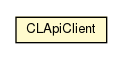
Earlier version of the Graphviz export javadoc/clapi/com/clapi/client/CLApiClient.png (ericpinet/ConnectLife). Its source is kept beside it as javadoc/clapi/com/clapi/client/CLApiClient.dot. Source of this version:
```dot

digraph G {
	edge [fontname="Helvetica",fontsize=10,labelfontname="Helvetica",labelfontsize=10];
	node [fontname="Helvetica",fontsize=10,shape=plaintext];
	nodesep=0.25;
	ranksep=0.5;
	c573 [label=<<table title="com.clapi.client.CLApiClient" border="0" cellborder="1" cellspacing="0" cellpadding="2" port="p" bgcolor="lemonChiffon" href="./CLApiClient.html">
		<tr><td><table border="0" cellspacing="0" cellpadding="1">
<tr><td align="center" balign="center"> CLApiClient </td></tr>
		</table></td></tr>
		</table>>, fontname="Helvetica", fontcolor="black", fontsize=10.0];
}
```
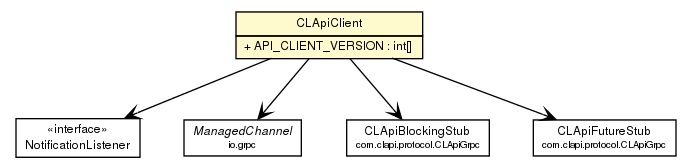
Above is the later version.

Change to the diagram source:
```diff
@@ -4,9 +4,40 @@
 	node [fontname="Helvetica",fontsize=10,shape=plaintext];
 	nodesep=0.25;
 	ranksep=0.5;
-	c573 [label=<<table title="com.clapi.client.CLApiClient" border="0" cellborder="1" cellspacing="0" cellpadding="2" port="p" bgcolor="lemonChiffon" href="./CLApiClient.html">
+	c598 [label=<<table title="com.clapi.client.NotificationListener" border="0" cellborder="1" cellspacing="0" cellpadding="2" port="p" href="./NotificationListener.html">
+		<tr><td><table border="0" cellspacing="0" cellpadding="1">
+<tr><td align="center" balign="center"> &#171;interface&#187; </td></tr>
+<tr><td align="center" balign="center"> NotificationListener </td></tr>
+		</table></td></tr>
+		</table>>, fontname="Helvetica", fontcolor="black", fontsize=9.0];
+	c599 [label=<<table title="com.clapi.client.CLApiClient" border="0" cellborder="1" cellspacing="0" cellpadding="2" port="p" bgcolor="lemonChiffon" href="./CLApiClient.html">
 		<tr><td><table border="0" cellspacing="0" cellpadding="1">
 <tr><td align="center" balign="center"> CLApiClient </td></tr>
 		</table></td></tr>
-		</table>>, fontname="Helvetica", fontcolor="black", fontsize=10.0];
+		<tr><td><table border="0" cellspacing="0" cellpadding="1">
+<tr><td align="left" balign="left"> + API_CLIENT_VERSION : int[] </td></tr>
+		</table></td></tr>
+		</table>>, fontname="Helvetica", fontcolor="black", fontsize=9.0];
+	c599:p -> c600:p [taillabel="", label="", headlabel="", fontname="Helvetica", fontcolor="black", fontsize=10.0, color="black", arrowhead=open];
+	c599:p -> c601:p [taillabel="", label="", headlabel="", fontname="Helvetica", fontcolor="black", fontsize=10.0, color="black", arrowhead=open];
+	c599:p -> c602:p [taillabel="", label="", headlabel="", fontname="Helvetica", fontcolor="black", fontsize=10.0, color="black", arrowhead=open];
+	c599:p -> c598:p [taillabel="", label="", headlabel="", fontname="Helvetica", fontcolor="black", fontsize=10.0, color="black", arrowhead=open];
+	c600 [label=<<table title="io.grpc.ManagedChannel" border="0" cellborder="1" cellspacing="0" cellpadding="2" port="p" href="http://java.sun.com/j2se/1.4.2/docs/api/io/grpc/ManagedChannel.html">
+		<tr><td><table border="0" cellspacing="0" cellpadding="1">
+<tr><td align="center" balign="center"><font face="Helvetica-Oblique"> ManagedChannel </font></td></tr>
+<tr><td align="center" balign="center"><font point-size="7.0"> io.grpc </font></td></tr>
+		</table></td></tr>
+		</table>>, fontname="Helvetica", fontcolor="black", fontsize=9.0];
+	c602 [label=<<table title="com.clapi.protocol.CLApiGrpc.CLApiFutureStub" border="0" cellborder="1" cellspacing="0" cellpadding="2" port="p" href="http://java.sun.com/j2se/1.4.2/docs/api/com/clapi/protocol/CLApiGrpc/CLApiFutureStub.html">
+		<tr><td><table border="0" cellspacing="0" cellpadding="1">
+<tr><td align="center" balign="center"> CLApiFutureStub </td></tr>
+<tr><td align="center" balign="center"><font point-size="7.0"> com.clapi.protocol.CLApiGrpc </font></td></tr>
+		</table></td></tr>
+		</table>>, fontname="Helvetica", fontcolor="black", fontsize=9.0];
+	c601 [label=<<table title="com.clapi.protocol.CLApiGrpc.CLApiBlockingStub" border="0" cellborder="1" cellspacing="0" cellpadding="2" port="p" href="http://java.sun.com/j2se/1.4.2/docs/api/com/clapi/protocol/CLApiGrpc/CLApiBlockingStub.html">
+		<tr><td><table border="0" cellspacing="0" cellpadding="1">
+<tr><td align="center" balign="center"> CLApiBlockingStub </td></tr>
+<tr><td align="center" balign="center"><font point-size="7.0"> com.clapi.protocol.CLApiGrpc </font></td></tr>
+		</table></td></tr>
+		</table>>, fontname="Helvetica", fontcolor="black", fontsize=9.0];
 }
```
